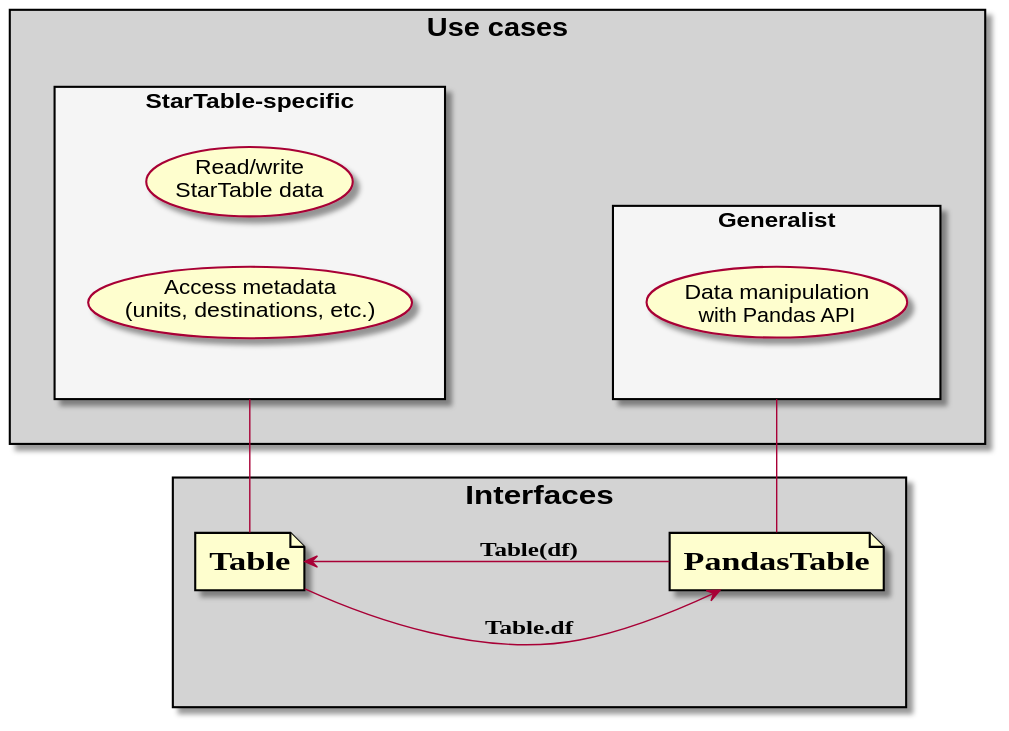
startable/pdtable keeps this PlantUML diagram as docs/diagrams/img/table_interfaces/table_interfaces.svg. Above is the earlier version.
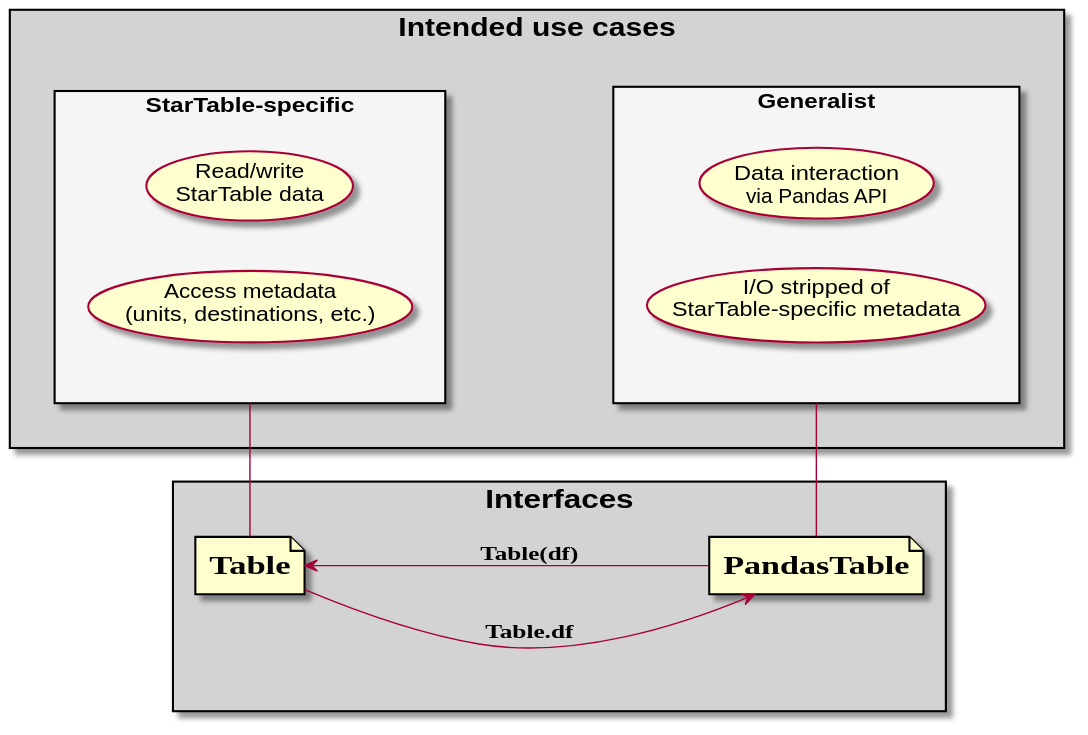
Later version of the same file.

Commit message:
Tweak diagram

The edit, as a diff of the source:
```diff
@@ -6,14 +6,15 @@
 
 left to right direction
 
-rectangle use_cases as "=Use cases" #LightGray {
+rectangle use_cases as "=Intended use cases" #LightGray {
 
     rectangle startable_specific as "StarTable-specific" #WhiteSmoke {
-    usecase io as "Read/write\nStarTable data"
-    usecase metadata as "Access metadata\n(units, destinations, etc.)"
+        usecase io as "Read/write\nStarTable data"
+        usecase metadata as "Access metadata\n(units, destinations, etc.)"
     }
     rectangle generalist as "Generalist" #WhiteSmoke {
-    usecase data as "Data manipulation\nwith Pandas API"
+        usecase data as "Data interaction\nvia Pandas API"
+        usecase io_stripped as "I/O stripped of\nStarTable-specific metadata"
     }
 }
 
```
